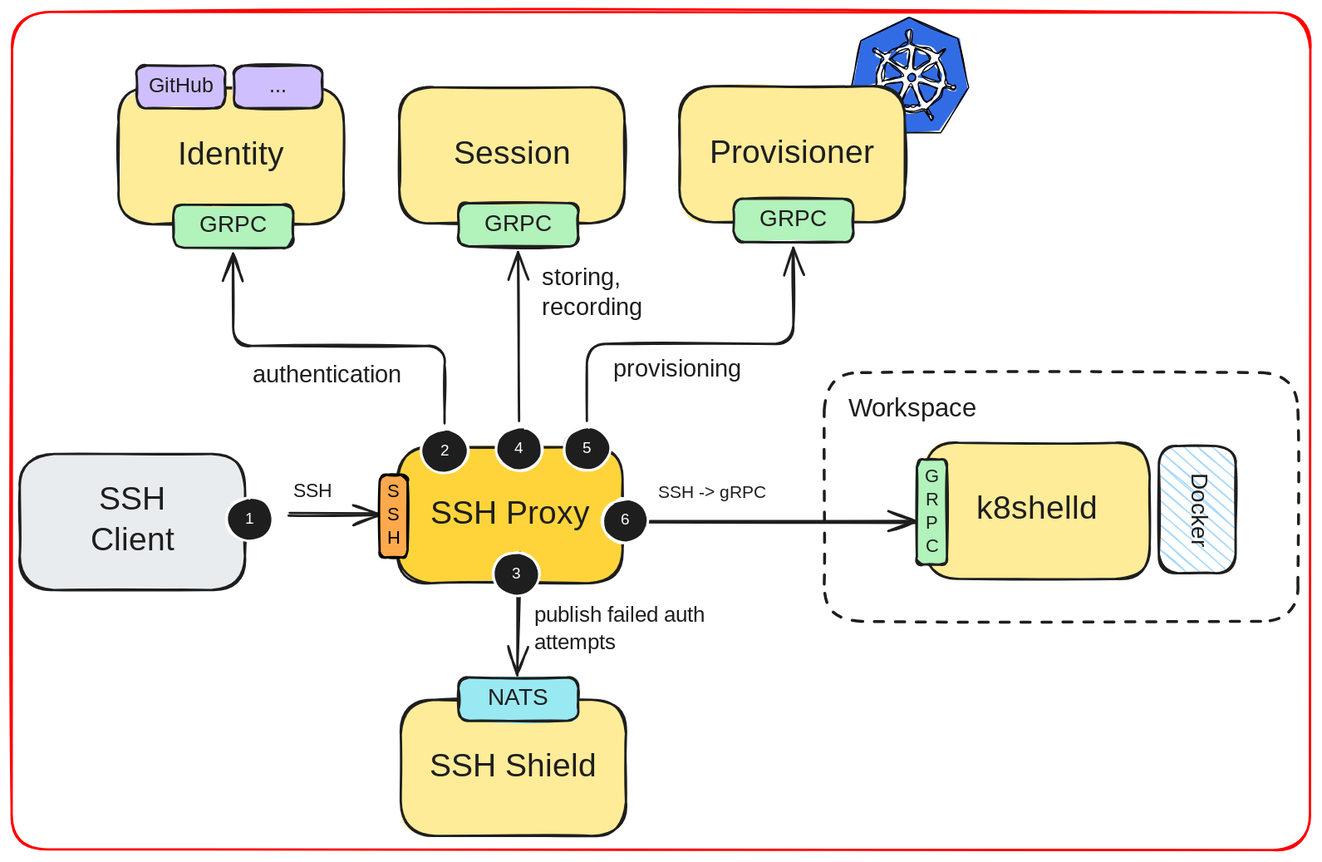
Above: drawings/ssh-architecture.excalidraw.svg in k8shell-io/docs (Excalidraw), before the change. Source tidied: one line per element, renumbered; positions are measured from the earlier drawing's top-left corner, leaving out a move shared by most shapes.
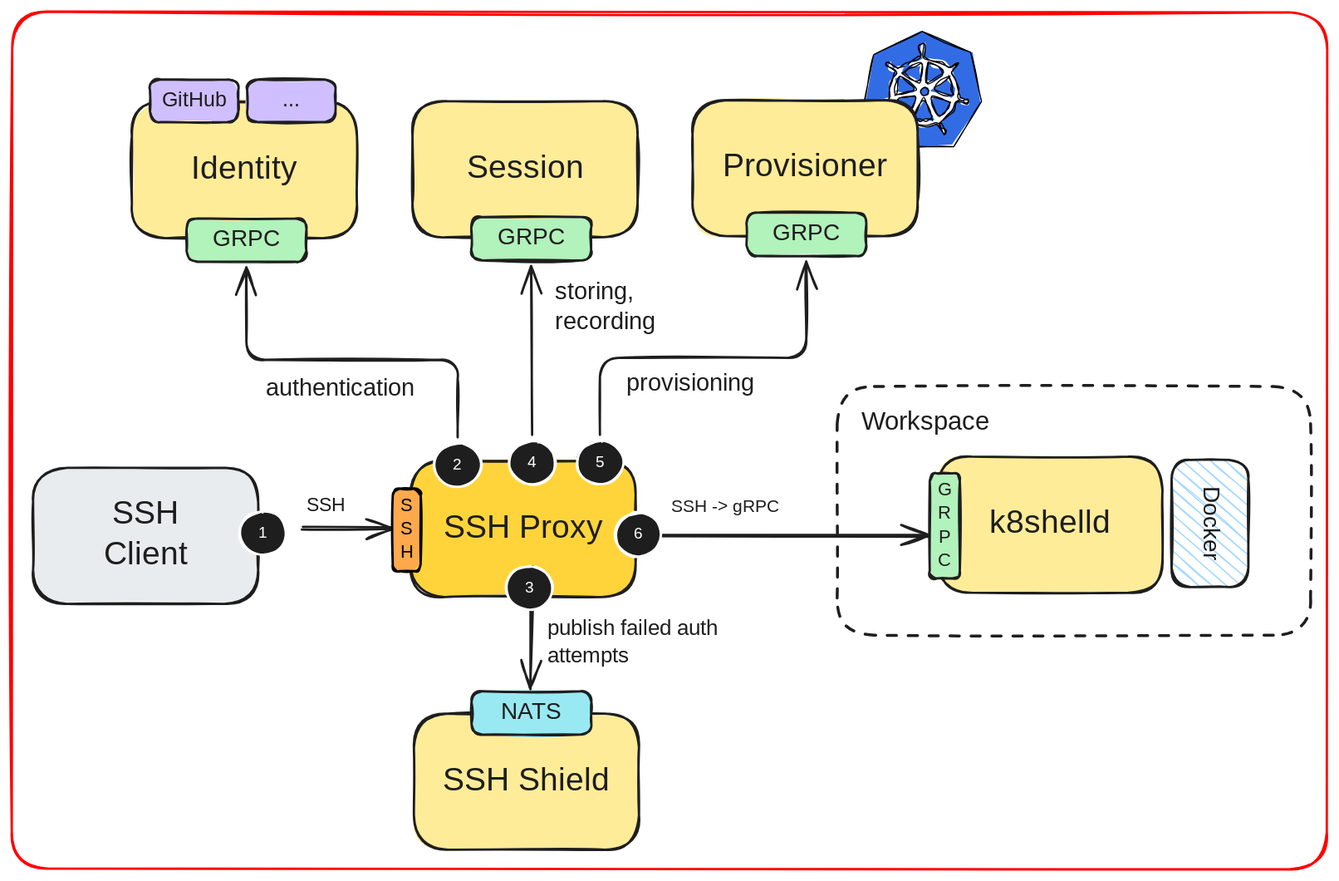
After the change.

What changed in the source:
```diff
@@ -38,7 +38,6 @@
 {"id": 37, "type": "text", "text": "6", "strokeColor": "#ffffff", "backgroundColor": "#1e1e1e", "fillStyle": "solid", "strokeWidth": 2, "roughness": 1, "fontSize": 13.5, "fontFamily": 5, "textAlign": "center", "verticalAlign": "middle", "inside": 36, "x": 523, "y": 429, "width": 9, "height": 17}
 {"id": 38, "type": "ellipse", "strokeColor": "#ffffff", "backgroundColor": "#1e1e1e", "fillStyle": "solid", "strokeWidth": 2, "roughness": 1, "round": true, "x": 414, "y": 464, "width": 40, "height": 38}
 {"id": 39, "type": "text", "text": "3", "strokeColor": "#ffffff", "backgroundColor": "#1e1e1e", "fillStyle": "solid", "strokeWidth": 2, "roughness": 1, "fontSize": 13.5, "fontFamily": 5, "textAlign": "center", "verticalAlign": "middle", "inside": 38, "x": 429, "y": 475, "width": 8, "height": 17}
-{"id": 40, "type": "rectangle", "strokeColor": "#ff0000", "angle": 0.0, "strokeWidth": 2, "roughness": 1, "round": true, "x": 0, "y": 0, "width": 1116, "height": 720}
 {"id": 41, "type": "arrow", "strokeColor": "#1e1e1e", "backgroundColor": "#b2f2bb", "fillStyle": "solid", "strokeWidth": 2, "roughness": 1, "endArrowhead": "arrow", "from": 34, "to": 56, "x": 494, "y": 351, "width": 177, "height": 149, "points": [[0, 0], [0, -66], [177, -66], [177, -149]]}
 {"id": 42, "type": "ellipse", "strokeColor": "#ffffff", "backgroundColor": "#1e1e1e", "fillStyle": "solid", "strokeWidth": 2, "roughness": 1, "round": true, "x": 416, "y": 356, "width": 40, "height": 38}
 {"id": 43, "type": "text", "text": "4", "strokeColor": "#ffffff", "backgroundColor": "#1e1e1e", "fillStyle": "solid", "strokeWidth": 2, "roughness": 1, "fontSize": 13.5, "fontFamily": 5, "textAlign": "center", "verticalAlign": "middle", "inside": 42, "x": 432, "y": 367, "width": 8, "height": 17}
@@ -67,3 +66,4 @@
 {"id": 66, "type": "text", "text": "NATS", "strokeColor": "#1e1e1e", "strokeWidth": 2, "roughness": 1, "fontSize": 19.84, "fontFamily": 5, "textAlign": "center", "verticalAlign": "middle", "inside": 65, "x": 409, "y": 578, "width": 54, "height": 25}
 {"id": 67, "type": "rectangle", "strokeColor": "#000000", "backgroundColor": "#ffa94d", "fillStyle": "solid", "strokeWidth": 2, "roughness": 1, "round": true, "x": 316, "y": 397, "width": 24, "height": 71}
 {"id": 68, "type": "text", "text": "S\nS\nH", "strokeColor": "#000000", "strokeWidth": 2, "roughness": 1, "fontSize": 16.02, "fontFamily": 5, "textAlign": "center", "verticalAlign": "middle", "inside": 67, "x": 323, "y": 403, "width": 10, "height": 60}
+{"id": 69, "type": "rectangle", "strokeColor": "#ff0000", "angle": 0.0, "strokeWidth": 2, "roughness": 1, "round": true, "x": -11, "y": -12, "width": 1131, "height": 737}
```
